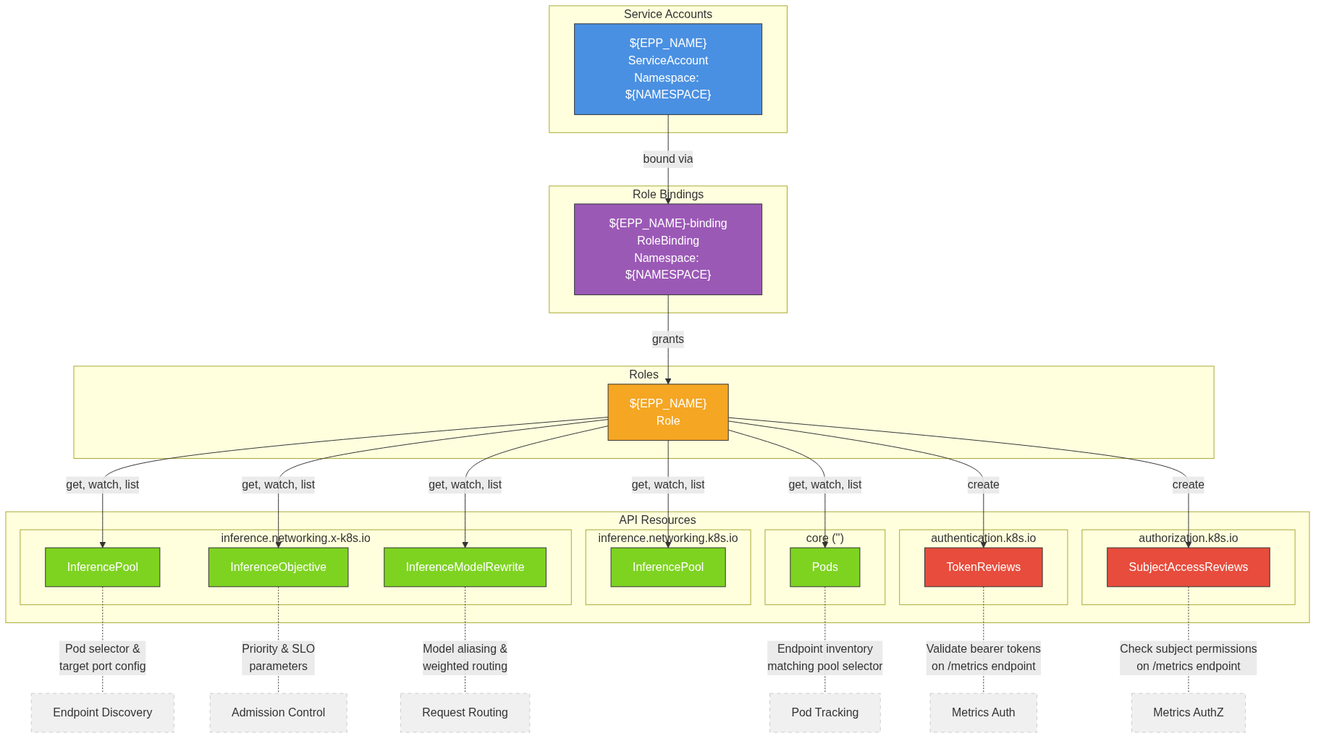
This is architecture/rhoai.next/diagrams/llm-d-inference-scheduler-rbac.png from rhuss/architecture-context, a Mermaid export, as it was before one commit. Its source is kept beside it as architecture/rhoai.next/diagrams/llm-d-inference-scheduler-rbac.mmd.
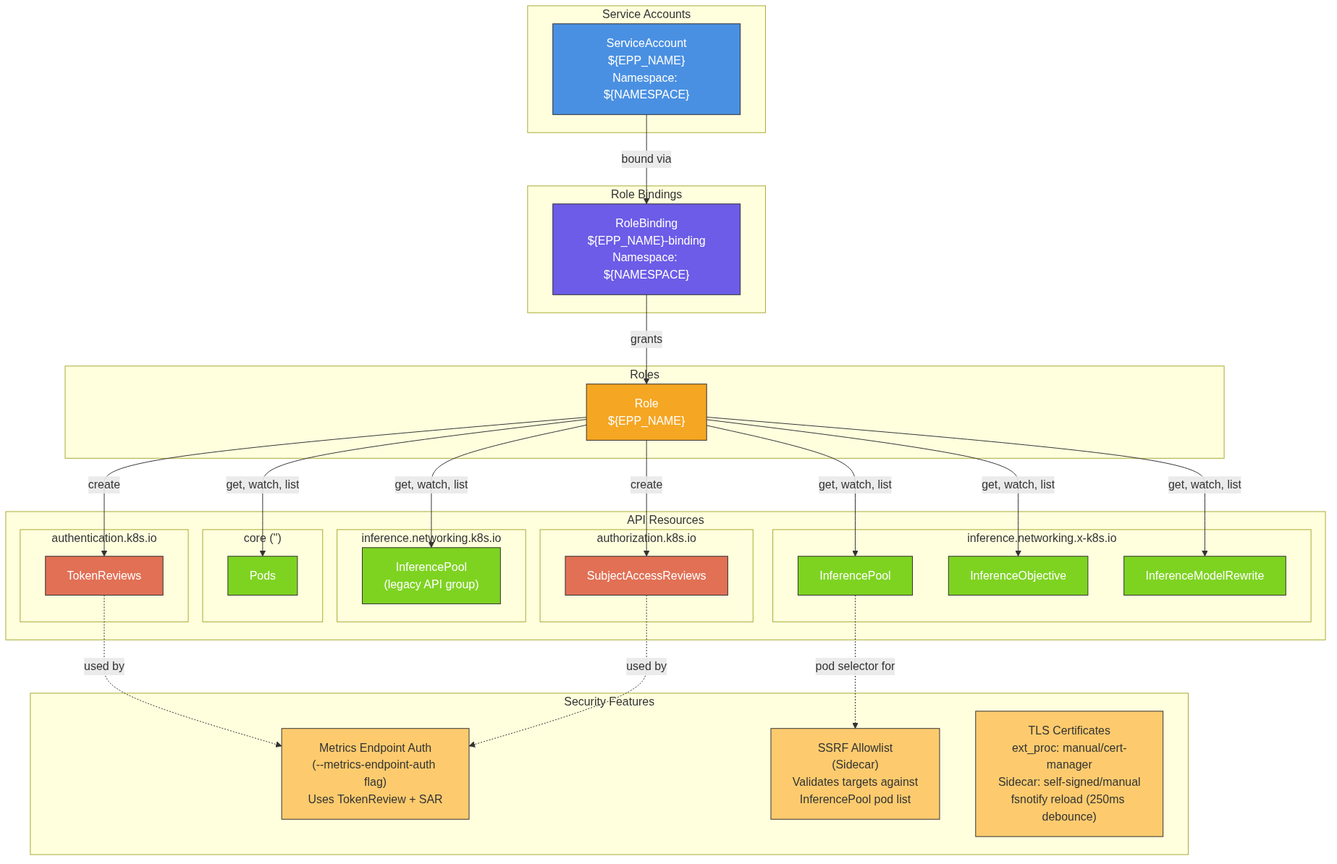
After the change.

Diff of the diagram source:
```diff
@@ -1,71 +1,76 @@
 graph TD
     subgraph ServiceAccounts["Service Accounts"]
-        SA_EPP["${EPP_NAME}<br/>ServiceAccount<br/>Namespace: ${NAMESPACE}"]
+        SA_EPP["ServiceAccount<br/>${EPP_NAME}<br/>Namespace: ${NAMESPACE}"]
     end
 
     subgraph RoleBindings["Role Bindings"]
-        RB["${EPP_NAME}-binding<br/>RoleBinding<br/>Namespace: ${NAMESPACE}"]
+        RB["RoleBinding<br/>${EPP_NAME}-binding<br/>Namespace: ${NAMESPACE}"]
     end
 
     subgraph Roles["Roles"]
-        Role["${EPP_NAME}<br/>Role"]
+        Role_EPP["Role<br/>${EPP_NAME}"]
     end
 
     subgraph APIResources["API Resources"]
-        subgraph GIE_x_k8s["inference.networking.x-k8s.io"]
-            InferencePool_xk8s["InferencePool"]
+        subgraph GIE_Resources["inference.networking.x-k8s.io"]
+            InferencePool["InferencePool"]
             InferenceObjective["InferenceObjective"]
             InferenceModelRewrite["InferenceModelRewrite"]
         end
 
-        subgraph GIE_k8s["inference.networking.k8s.io"]
-            InferencePool_k8s["InferencePool"]
+        subgraph Legacy_Resources["inference.networking.k8s.io"]
+            InferencePoolLegacy["InferencePool<br/>(legacy API group)"]
         end
 
-        subgraph Core["core ('')"]
+        subgraph Core_Resources["core ('')"]
             Pods["Pods"]
         end
 
-        subgraph AuthN["authentication.k8s.io"]
+        subgraph Auth_Resources["authentication.k8s.io"]
             TokenReviews["TokenReviews"]
         end
 
-        subgraph AuthZ["authorization.k8s.io"]
+        subgraph Authz_Resources["authorization.k8s.io"]
             SubjectAccessReviews["SubjectAccessReviews"]
         end
     end
 
+    subgraph SecurityFeatures["Security Features"]
+        MetricsAuth["Metrics Endpoint Auth<br/>(--metrics-endpoint-auth flag)<br/>Uses TokenReview + SAR"]
+        SSRFProtection["SSRF Allowlist<br/>(Sidecar)<br/>Validates targets against<br/>InferencePool pod list"]
+        TLSCerts["TLS Certificates<br/>ext_proc: manual/cert-manager<br/>Sidecar: self-signed/manual<br/>fsnotify reload (250ms debounce)"]
+    end
+
     SA_EPP -->|"bound via"| RB
-    RB -->|"grants"| Role
+    RB -->|"grants"| Role_EPP
 
-    Role -->|"get, watch, list"| InferencePool_xk8s
-    Role -->|"get, watch, list"| InferenceObjective
-    Role -->|"get, watch, list"| InferenceModelRewrite
-    Role -->|"get, watch, list"| InferencePool_k8s
-    Role -->|"get, watch, list"| Pods
-    Role -->|"create"| TokenReviews
-    Role -->|"create"| SubjectAccessReviews
+    Role_EPP -->|"get, watch, list"| InferencePool
+    Role_EPP -->|"get, watch, list"| InferenceObjective
+    Role_EPP -->|"get, watch, list"| InferenceModelRewrite
 
-    InferencePool_xk8s -.-|"Pod selector &<br/>target port config"| PurposePool["Endpoint Discovery"]
-    InferenceObjective -.-|"Priority & SLO<br/>parameters"| PurposeObj["Admission Control"]
-    InferenceModelRewrite -.-|"Model aliasing &<br/>weighted routing"| PurposeRewrite["Request Routing"]
-    Pods -.-|"Endpoint inventory<br/>matching pool selector"| PurposePods["Pod Tracking"]
-    TokenReviews -.-|"Validate bearer tokens<br/>on /metrics endpoint"| PurposeAuth["Metrics Auth"]
-    SubjectAccessReviews -.-|"Check subject permissions<br/>on /metrics endpoint"| PurposeSAR["Metrics AuthZ"]
+    Role_EPP -->|"get, watch, list"| InferencePoolLegacy
+
+    Role_EPP -->|"get, watch, list"| Pods
+
+    Role_EPP -->|"create"| TokenReviews
+    Role_EPP -->|"create"| SubjectAccessReviews
+
+    TokenReviews -.->|"used by"| MetricsAuth
+    SubjectAccessReviews -.->|"used by"| MetricsAuth
+    InferencePool -.->|"pod selector for"| SSRFProtection
 
     style SA_EPP fill:#4a90e2,stroke:#333,color:#fff
-    style RB fill:#9b59b6,stroke:#333,color:#fff
-    style Role fill:#f5a623,stroke:#333,color:#fff
-    style InferencePool_xk8s fill:#7ed321,stroke:#333,color:#fff
+    style RB fill:#6c5ce7,stroke:#333,color:#fff
+    style Role_EPP fill:#f5a623,stroke:#333,color:#fff
+
+    style InferencePool fill:#7ed321,stroke:#333,color:#fff
     style InferenceObjective fill:#7ed321,stroke:#333,color:#fff
     style InferenceModelRewrite fill:#7ed321,stroke:#333,color:#fff
-    style InferencePool_k8s fill:#7ed321,stroke:#333,color:#fff
+    style InferencePoolLegacy fill:#7ed321,stroke:#333,color:#fff
     style Pods fill:#7ed321,stroke:#333,color:#fff
-    style TokenReviews fill:#e74c3c,stroke:#333,color:#fff
-    style SubjectAccessReviews fill:#e74c3c,stroke:#333,color:#fff
-    style PurposePool fill:#f0f0f0,stroke:#ccc,stroke-dasharray:5 5
-    style PurposeObj fill:#f0f0f0,stroke:#ccc,stroke-dasharray:5 5
-    style PurposeRewrite fill:#f0f0f0,stroke:#ccc,stroke-dasharray:5 5
-    style PurposePods fill:#f0f0f0,stroke:#ccc,stroke-dasharray:5 5
-    style PurposeAuth fill:#f0f0f0,stroke:#ccc,stroke-dasharray:5 5
-    style PurposeSAR fill:#f0f0f0,stroke:#ccc,stroke-dasharray:5 5
+    style TokenReviews fill:#e17055,stroke:#333,color:#fff
+    style SubjectAccessReviews fill:#e17055,stroke:#333,color:#fff
+
+    style MetricsAuth fill:#fdcb6e,stroke:#333
+    style SSRFProtection fill:#fdcb6e,stroke:#333
+    style TLSCerts fill:#fdcb6e,stroke:#333
```
